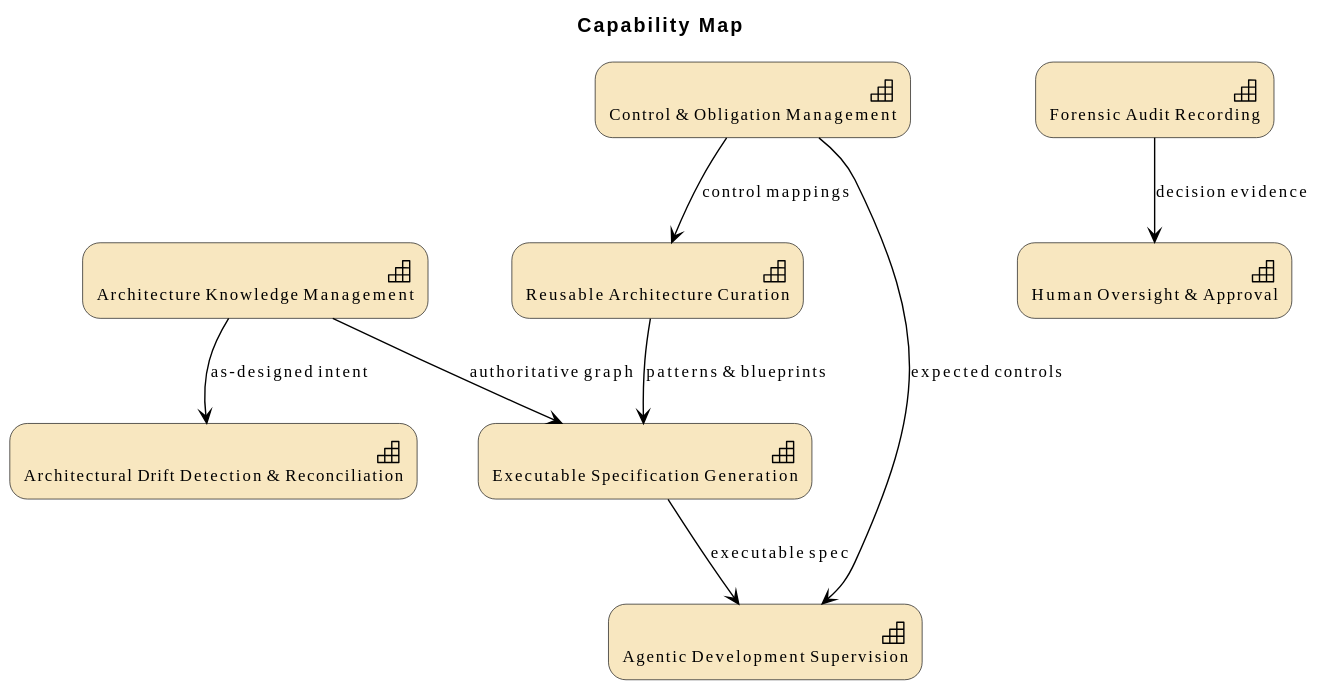
The PlantUML diagram architecture/model/diagrams/vision/capability-map.svg in wolffy-au/frictionless-architect, before a commit.
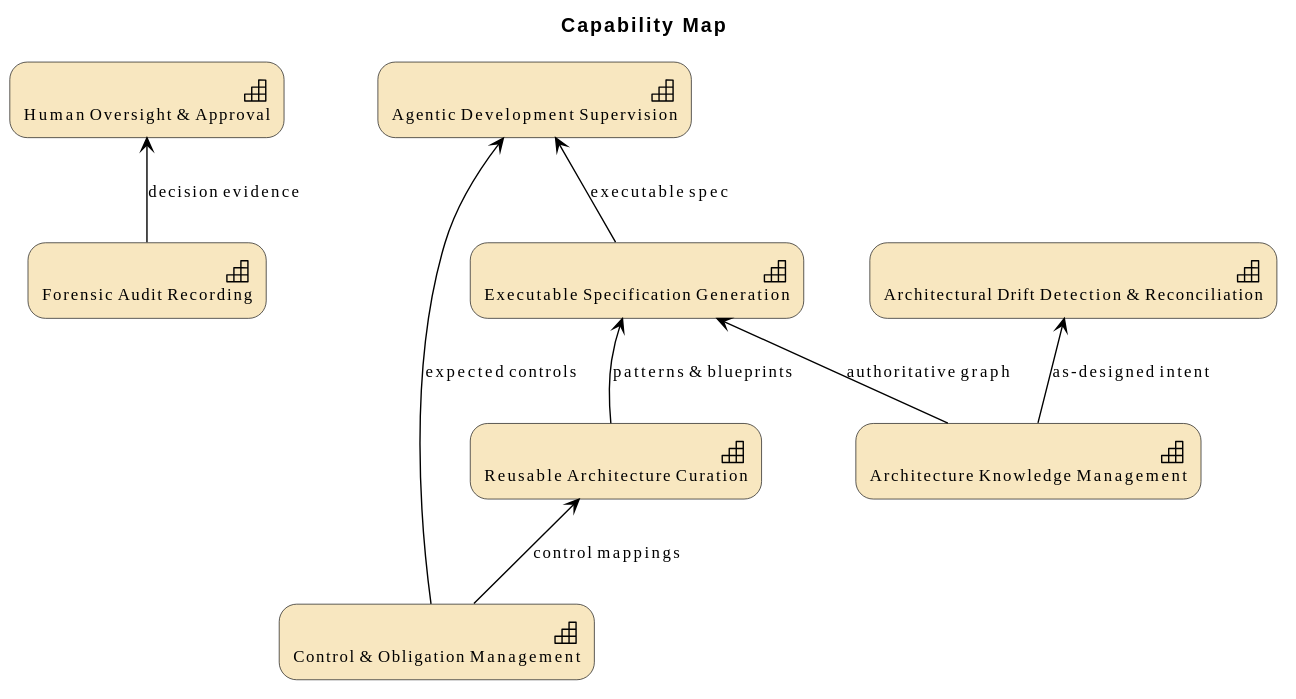
After the change.

What changed in the source:
```diff
@@ -12,11 +12,11 @@
 Strategy_Capability(e_id72468b5b403450, "Control & Obligation Management")
 Strategy_Capability(e_id752d1de3794f5f, "Reusable Architecture Curation")
 
-Rel_Serving(e_id18ec07397a9d5f, e_idafba1b4ab1e756, "authoritative graph")
-Rel_Serving(e_id18ec07397a9d5f, e_id41aa3eb894c852, "as-designed intent")
-Rel_Serving(e_id752d1de3794f5f, e_idafba1b4ab1e756, "patterns & blueprints")
-Rel_Serving(e_id72468b5b403450, e_id752d1de3794f5f, "control mappings")
-Rel_Serving(e_id72468b5b403450, e_id4a1c34ab69d151, "expected controls")
-Rel_Serving(e_idafba1b4ab1e756, e_id4a1c34ab69d151, "executable spec")
-Rel_Serving(e_idc29413a2099958, e_id08f340a094e552, "decision evidence")
+Rel_Serving_Up(e_id18ec07397a9d5f, e_idafba1b4ab1e756, "authoritative graph")
+Rel_Serving_Up(e_id18ec07397a9d5f, e_id41aa3eb894c852, "as-designed intent")
+Rel_Serving_Up(e_id752d1de3794f5f, e_idafba1b4ab1e756, "patterns & blueprints")
+Rel_Serving_Up(e_id72468b5b403450, e_id752d1de3794f5f, "control mappings")
+Rel_Serving_Up(e_id72468b5b403450, e_id4a1c34ab69d151, "expected controls")
+Rel_Serving_Up(e_idafba1b4ab1e756, e_id4a1c34ab69d151, "executable spec")
+Rel_Serving_Up(e_idc29413a2099958, e_id08f340a094e552, "decision evidence")
 @enduml
```
